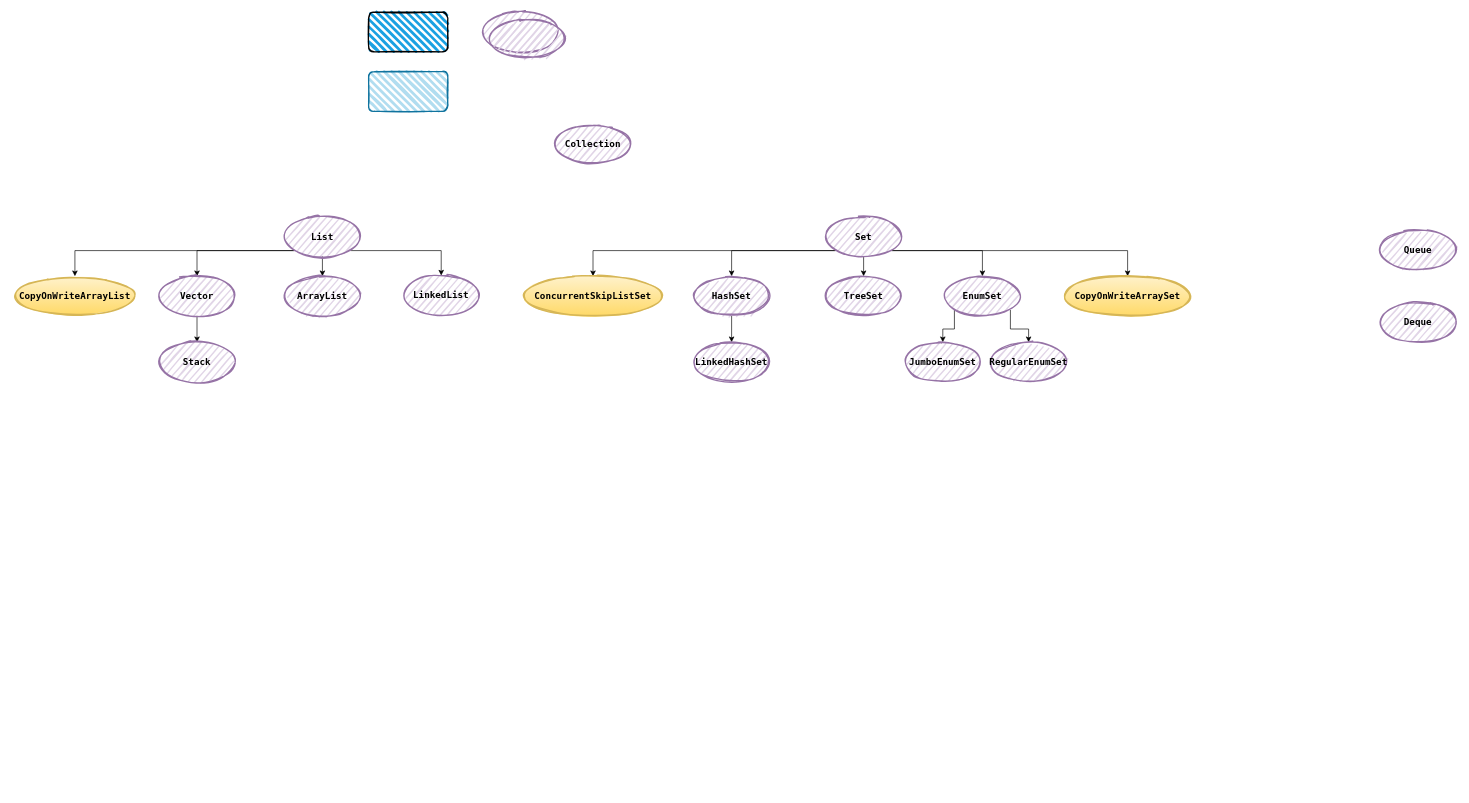
Above: 集合.drawio in caitai/draw.io (draw.io), before the change. Source tidied: cells renumbered, new cells numbered last; positions are measured from the earlier drawing's top-left corner, leaving out a move shared by most shapes. Both pictures are drawn from the tidied source at 66%, with x=0, y=0 at pixel (12, 12).
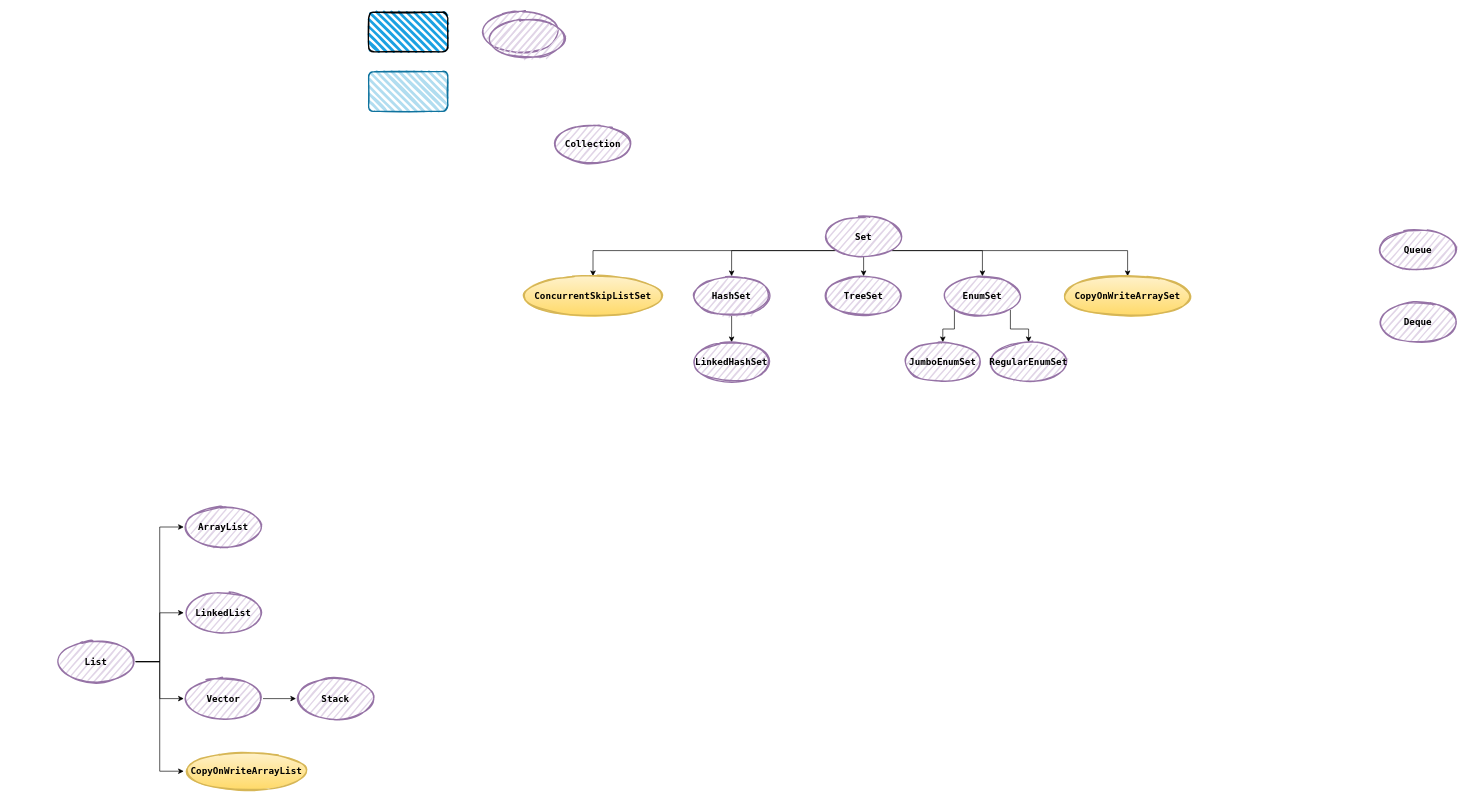
Above is the later version.

The edit, as a diff of the source:
```diff
@@
+    <mxCell id="8" style="edgeStyle=orthogonalEdgeStyle;rounded=0;jettySize=auto;html=1;exitX=1;exitY=0.5;exitDx=0;exitDy=0;entryX=0;entryY=0.5;entryDx=0;entryDy=0;fontFamily=Lucida Console;fontSize=14;" parent="1" edge="1" source="10" target="21">
+      <mxGeometry relative="1" as="geometry" />
+    </mxCell>
+    <mxCell id="7" style="edgeStyle=orthogonalEdgeStyle;rounded=0;jettySize=auto;html=1;exitX=1;exitY=0.5;exitDx=0;exitDy=0;entryX=0;entryY=0.5;entryDx=0;entryDy=0;fontFamily=Lucida Console;fontSize=14;" parent="1" edge="1" source="10" target="23">
+      <mxGeometry relative="1" as="geometry" />
+    </mxCell>
-    <mxCell id="6" style="edgeStyle=orthogonalEdgeStyle;rounded=0;jettySize=auto;html=1;exitX=0.5;exitY=1;exitDx=0;exitDy=0;entryX=0.5;entryY=0;entryDx=0;entryDy=0;fontFamily=Lucida Console;fontSize=14;" parent="1" edge="1" source="10" target="20">
+    <mxCell id="6" style="edgeStyle=orthogonalEdgeStyle;rounded=0;jettySize=auto;html=1;exitX=1;exitY=0.5;exitDx=0;exitDy=0;entryX=0;entryY=0.5;entryDx=0;entryDy=0;fontFamily=Lucida Console;fontSize=14;" parent="1" edge="1" source="10" target="20">
       <mxGeometry relative="1" as="geometry" />
     </mxCell>
-    <mxCell id="7" style="edgeStyle=orthogonalEdgeStyle;rounded=0;jettySize=auto;html=1;exitX=0;exitY=1;exitDx=0;exitDy=0;entryX=0.5;entryY=0;entryDx=0;entryDy=0;fontFamily=Lucida Console;fontSize=14;" parent="1" edge="1" source="10" target="23">
-      <mxGeometry relative="1" as="geometry" />
-    </mxCell>
-    <mxCell id="8" style="edgeStyle=orthogonalEdgeStyle;rounded=0;jettySize=auto;html=1;exitX=1;exitY=1;exitDx=0;exitDy=0;entryX=0.5;entryY=0;entryDx=0;entryDy=0;fontFamily=Lucida Console;fontSize=14;" parent="1" edge="1" source="10" target="21">
-      <mxGeometry relative="1" as="geometry" />
-    </mxCell>
-    <mxCell id="9" style="edgeStyle=orthogonalEdgeStyle;rounded=0;jettySize=auto;html=1;exitX=0;exitY=1;exitDx=0;exitDy=0;fontFamily=Lucida Console;fontSize=14;" parent="1" edge="1" source="10" target="25">
+    <mxCell id="9" style="edgeStyle=orthogonalEdgeStyle;rounded=0;jettySize=auto;html=1;exitX=1;exitY=0.5;exitDx=0;exitDy=0;entryX=0;entryY=0.5;entryDx=0;entryDy=0;fontFamily=Lucida Console;fontSize=14;" parent="1" edge="1" source="10" target="25">
       <mxGeometry relative="1" as="geometry" />
     </mxCell>
     <mxCell id="10" value="&lt;span style=&quot;font-size: 14px;&quot;&gt;&lt;b style=&quot;&quot;&gt;&lt;font face=&quot;Lucida Console&quot;&gt;List&lt;/font&gt;&lt;/b&gt;&lt;/span&gt;" style="ellipse;whiteSpace=wrap;html=1;strokeWidth=2;fillWeight=2;hachureGap=8;fillColor=#e1d5e7;fillStyle=dots;sketch=1;strokeColor=#9673a6;" parent="1" vertex="1">
-      <mxGeometry x="410" y="310" width="120" height="60" as="geometry" />
+      <mxGeometry x="67" y="954" width="120" height="60" as="geometry" />
     </mxCell>
@@
     <mxCell id="20" value="&lt;span style=&quot;font-size: 14px;&quot;&gt;&lt;b style=&quot;&quot;&gt;&lt;font face=&quot;Lucida Console&quot;&gt;ArrayList&lt;/font&gt;&lt;/b&gt;&lt;/span&gt;" style="ellipse;whiteSpace=wrap;html=1;strokeWidth=2;fillWeight=2;hachureGap=8;fillColor=#e1d5e7;fillStyle=dots;sketch=1;strokeColor=#9673a6;" parent="1" vertex="1">
-      <mxGeometry x="410" y="400" width="120" height="60" as="geometry" />
+      <mxGeometry x="260" y="750" width="120" height="60" as="geometry" />
     </mxCell>
     <mxCell id="21" value="&lt;span style=&quot;font-size: 14px;&quot;&gt;&lt;b style=&quot;&quot;&gt;&lt;font face=&quot;Lucida Console&quot;&gt;LinkedList&lt;/font&gt;&lt;/b&gt;&lt;/span&gt;" style="ellipse;whiteSpace=wrap;html=1;strokeWidth=2;fillWeight=2;hachureGap=8;fillColor=#e1d5e7;fillStyle=dots;sketch=1;strokeColor=#9673a6;" parent="1" vertex="1">
-      <mxGeometry x="590" y="399" width="120" height="60" as="geometry" />
+      <mxGeometry x="260" y="880" width="120" height="60" as="geometry" />
     </mxCell>
-    <mxCell id="22" style="edgeStyle=orthogonalEdgeStyle;rounded=0;jettySize=auto;html=1;exitX=0.5;exitY=1;exitDx=0;exitDy=0;fontFamily=Lucida Console;fontSize=14;" parent="1" edge="1" source="23" target="24">
+    <mxCell id="22" style="edgeStyle=orthogonalEdgeStyle;rounded=0;jettySize=auto;html=1;exitX=1;exitY=0.5;exitDx=0;exitDy=0;entryX=0;entryY=0.5;entryDx=0;entryDy=0;fontFamily=Lucida Console;fontSize=14;" parent="1" edge="1" source="23" target="24">
       <mxGeometry relative="1" as="geometry" />
     </mxCell>
     <mxCell id="23" value="&lt;span style=&quot;font-size: 14px;&quot;&gt;&lt;b style=&quot;&quot;&gt;&lt;font face=&quot;Lucida Console&quot;&gt;Vector&lt;/font&gt;&lt;/b&gt;&lt;/span&gt;" style="ellipse;whiteSpace=wrap;html=1;strokeWidth=2;fillWeight=2;hachureGap=8;fillColor=#e1d5e7;fillStyle=dots;sketch=1;strokeColor=#9673a6;" parent="1" vertex="1">
-      <mxGeometry x="220" y="400" width="120" height="60" as="geometry" />
+      <mxGeometry x="260" y="1010" width="120" height="60" as="geometry" />
     </mxCell>
     <mxCell id="24" value="&lt;span style=&quot;font-size: 14px;&quot;&gt;&lt;b style=&quot;&quot;&gt;&lt;font face=&quot;Lucida Console&quot;&gt;Stack&lt;/font&gt;&lt;/b&gt;&lt;/span&gt;" style="ellipse;whiteSpace=wrap;html=1;strokeWidth=2;fillWeight=2;hachureGap=8;fillColor=#e1d5e7;fillStyle=dots;sketch=1;strokeColor=#9673a6;" parent="1" vertex="1">
-      <mxGeometry x="220" y="500" width="120" height="60" as="geometry" />
+      <mxGeometry x="430" y="1010" width="120" height="60" as="geometry" />
     </mxCell>
     <mxCell id="25" value="&lt;span style=&quot;font-size: 14px;&quot;&gt;&lt;b style=&quot;&quot;&gt;&lt;font face=&quot;Lucida Console&quot;&gt;CopyOnWriteArrayList&lt;/font&gt;&lt;/b&gt;&lt;/span&gt;" style="ellipse;whiteSpace=wrap;html=1;strokeWidth=2;fillWeight=2;hachureGap=8;fillStyle=dots;sketch=1;fillColor=#fff2cc;strokeColor=#d6b656;gradientColor=#ffd966;" parent="1" vertex="1">
-      <mxGeometry y="400" width="190" height="60" as="geometry" />
+      <mxGeometry x="260" y="1120" width="190" height="60" as="geometry" />
     </mxCell>
```
